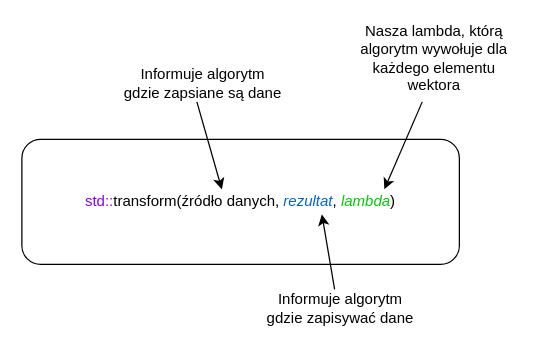
Above: page "Strona-3" (3 of 3) of static/img/tutorials/course/intermediate/lambdas/Lambdas_pl.drawio in Cpp4You/CppLangNet (draw.io), before the change. Source tidied: cells renumbered, new cells numbered last; positions are measured from the earlier drawing's top-left corner, leaving out a move shared by most shapes. Both pictures are drawn from the tidied source at 125%, with x=0, y=0 at pixel (21, 39).
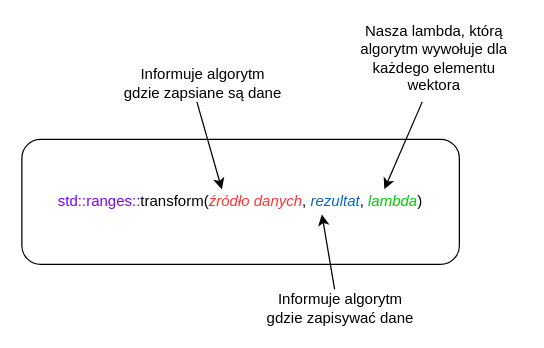
The same diagram, later.

Change to the diagram source:
```diff
@@
 <mxGraphModel>
   <root>
     <mxCell id="0" />
     <mxCell id="1" parent="0" />
-    <mxCell id="2" value="&lt;font color=&quot;#7f00ff&quot;&gt;std::&lt;/font&gt;transform(źródło danych, &lt;i&gt;&lt;font color=&quot;#0066cc&quot;&gt;rezultat&lt;/font&gt;&lt;/i&gt;, &lt;i&gt;&lt;font color=&quot;#00cc00&quot;&gt;lambda&lt;/font&gt;&lt;/i&gt;)" style="rounded=1;whiteSpace=wrap;html=1;" parent="1" vertex="1">
+    <mxCell id="2" value="&lt;font color=&quot;#7f00ff&quot;&gt;std::ranges::&lt;/font&gt;transform(&lt;font color=&quot;#ff3333&quot;&gt;&lt;i&gt;źródło danych&lt;/i&gt;&lt;/font&gt;, &lt;i&gt;&lt;font color=&quot;#0066cc&quot;&gt;rezultat&lt;/font&gt;&lt;/i&gt;, &lt;i&gt;&lt;font color=&quot;#00cc00&quot;&gt;lambda&lt;/font&gt;&lt;/i&gt;)" style="rounded=1;whiteSpace=wrap;html=1;" parent="1" vertex="1">
       <mxGeometry y="80" width="350" height="100" as="geometry" />
     </mxCell>
     <mxCell id="3" style="curved=1;endArrow=classic;html=1;rounded=0;fontColor=#FF3333;" parent="1" edge="1">
       <mxGeometry relative="1" as="geometry">
         <mxPoint x="250.2" y="200" as="sourcePoint" />
         <mxPoint x="240" y="140" as="targetPoint" />
       </mxGeometry>
     </mxCell>
     <mxCell id="4" style="curved=1;endArrow=classic;html=1;rounded=0;fontColor=#FF3333;" parent="1" edge="1">
       <mxGeometry relative="1" as="geometry">
         <mxPoint x="140" y="50" as="sourcePoint" />
         <mxPoint x="160" y="120" as="targetPoint" />
       </mxGeometry>
     </mxCell>
     <mxCell id="5" style="curved=1;endArrow=classic;html=1;rounded=0;" parent="1" edge="1">
       <mxGeometry relative="1" as="geometry">
         <mxPoint x="320.3" y="50" as="sourcePoint" />
         <mxPoint x="290" y="120" as="targetPoint" />
       </mxGeometry>
     </mxCell>
     <mxCell id="6" value="Informuje algorytm gdzie zapsiane są dane" style="text;html=1;strokeColor=none;fillColor=none;align=center;verticalAlign=middle;whiteSpace=wrap;rounded=0;" parent="1" vertex="1">
       <mxGeometry x="80" y="20" width="130" height="30" as="geometry" />
     </mxCell>
     <mxCell id="7" value="Nasza lambda, którą algorytm wywołuje dla każdego elementu wektora" style="text;html=1;strokeColor=none;fillColor=none;align=center;verticalAlign=middle;whiteSpace=wrap;rounded=0;" parent="1" vertex="1">
       <mxGeometry x="260" width="140" height="30" as="geometry" />
     </mxCell>
     <mxCell id="8" value="Informuje algorytm gdzie zapisywać dane" style="text;html=1;strokeColor=none;fillColor=none;align=center;verticalAlign=middle;whiteSpace=wrap;rounded=0;" parent="1" vertex="1">
       <mxGeometry x="190" y="200" width="130" height="30" as="geometry" />
     </mxCell>
   </root>
 </mxGraphModel>
```
